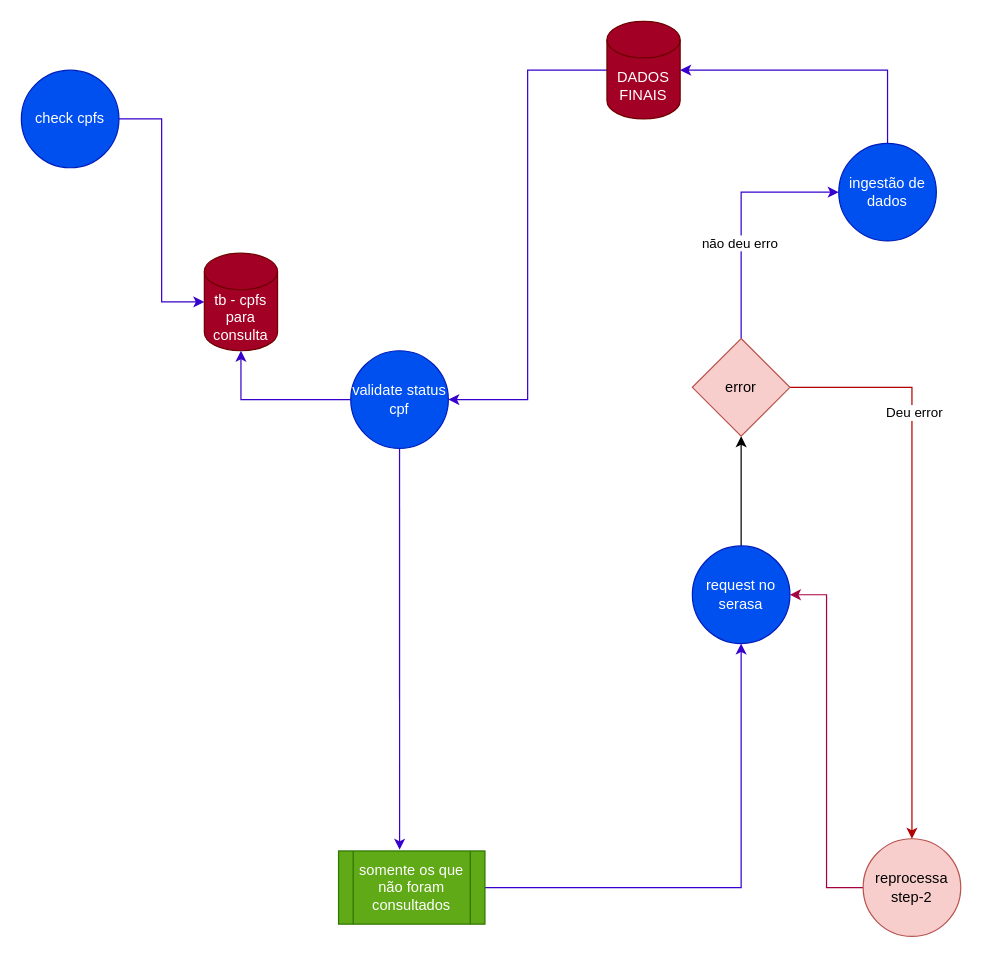
DiegoSantosWS/diagrams keeps this draw.io diagram as pipeline.drawio. Above is the earlier version. Source tidied: cells renumbered, new cells numbered last; positions are measured from the earlier drawing's top-left corner, leaving out a move shared by most shapes. Both pictures are drawn from the tidied source at 122%, with x=0, y=0 at pixel (21, 21).
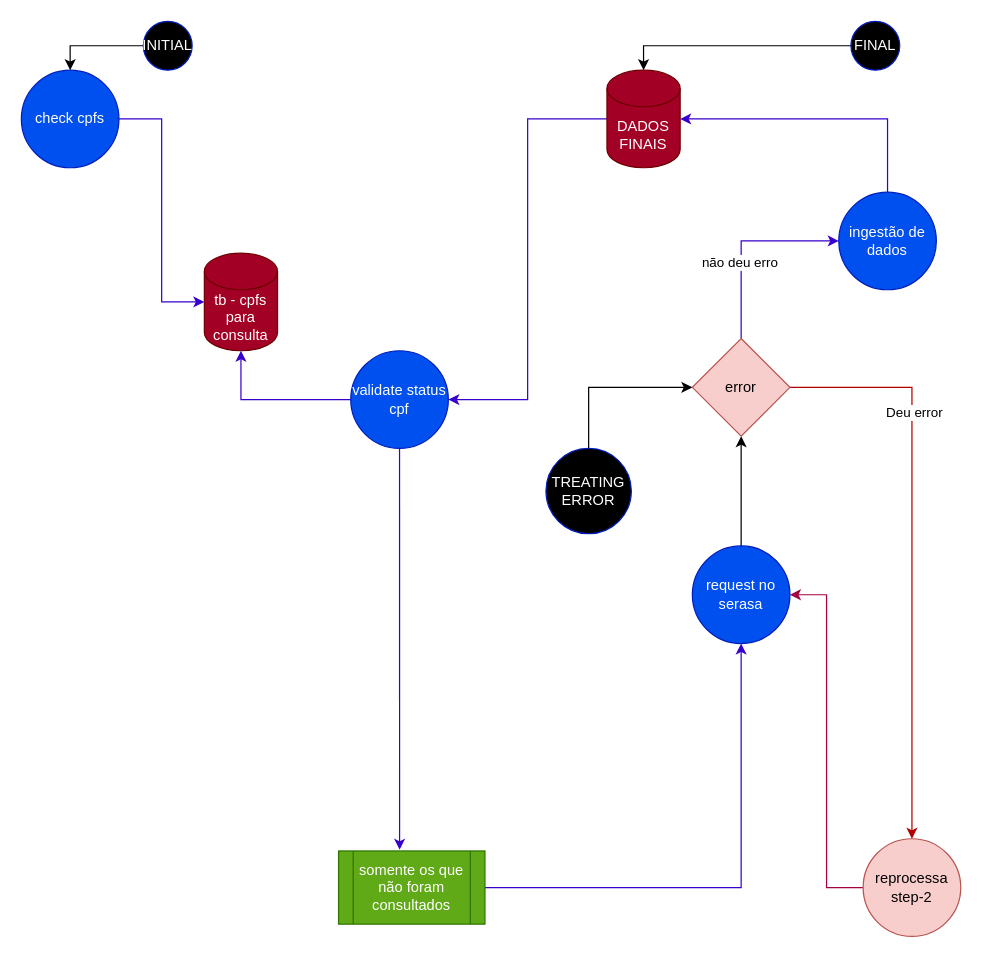
After the change.

The change refers to these unchanged cells:
```xml
<mxCell id="3" value="check cpfs" style="ellipse;whiteSpace=wrap;html=1;fillColor=#0050ef;strokeColor=#001DBC;fontColor=#ffffff;" parent="1" vertex="1">
  <mxGeometry y="40" width="80" height="80" as="geometry" />
</mxCell>
<mxCell id="20" value="error" style="rhombus;whiteSpace=wrap;html=1;fillColor=#f8cecc;strokeColor=#b85450;" parent="1" vertex="1">
  <mxGeometry x="550" y="260" width="80" height="80" as="geometry" />
</mxCell>
```

Change to the diagram source:
```diff
@@
     <mxCell id="13" value="DADOS FINAIS" style="shape=cylinder3;whiteSpace=wrap;html=1;boundedLbl=1;backgroundOutline=1;size=15;fillColor=#a20025;fontColor=#ffffff;strokeColor=#6F0000;" parent="1" vertex="1">
-      <mxGeometry x="480" width="60" height="80" as="geometry" />
+      <mxGeometry x="480" y="40" width="60" height="80" as="geometry" />
     </mxCell>
@@
     <mxCell id="22" value="ingestão de dados" style="ellipse;whiteSpace=wrap;html=1;fillColor=#0050ef;strokeColor=#001DBC;fontColor=#ffffff;" parent="1" vertex="1">
-      <mxGeometry x="670" y="100" width="80" height="80" as="geometry" />
+      <mxGeometry x="670" y="140" width="80" height="80" as="geometry" />
     </mxCell>
+    <mxCell id="23" style="edgeStyle=orthogonalEdgeStyle;rounded=0;jettySize=auto;html=1;entryX=0.5;entryY=0;entryDx=0;entryDy=0;" parent="1" edge="1" source="24" target="3">
+      <mxGeometry relative="1" as="geometry" />
+    </mxCell>
+    <mxCell id="24" value="INITIAL" style="ellipse;whiteSpace=wrap;html=1;fillColor=#000000;strokeColor=#001DBC;fontColor=#ffffff;" parent="1" vertex="1">
+      <mxGeometry x="100" width="40" height="40" as="geometry" />
+    </mxCell>
+    <mxCell id="25" style="edgeStyle=orthogonalEdgeStyle;rounded=0;jettySize=auto;html=1;entryX=0.5;entryY=0;entryDx=0;entryDy=0;entryPerimeter=0;" parent="1" edge="1" source="26" target="13">
+      <mxGeometry relative="1" as="geometry" />
+    </mxCell>
+    <mxCell id="26" value="FINAL" style="ellipse;whiteSpace=wrap;html=1;fillColor=#000000;strokeColor=#001DBC;fontColor=#ffffff;" parent="1" vertex="1">
+      <mxGeometry x="680" width="40" height="40" as="geometry" />
+    </mxCell>
+    <mxCell id="27" style="edgeStyle=orthogonalEdgeStyle;rounded=0;jettySize=auto;html=1;entryX=0;entryY=0.5;entryDx=0;entryDy=0;exitX=0.5;exitY=0;exitDx=0;exitDy=0;" parent="1" edge="1" source="28" target="20">
+      <mxGeometry relative="1" as="geometry" />
+    </mxCell>
+    <mxCell id="28" value="TREATING ERROR" style="ellipse;whiteSpace=wrap;html=1;fillColor=#000000;strokeColor=#001DBC;fontColor=#ffffff;" parent="1" vertex="1">
+      <mxGeometry x="430" y="350" width="70" height="70" as="geometry" />
+    </mxCell>
```
